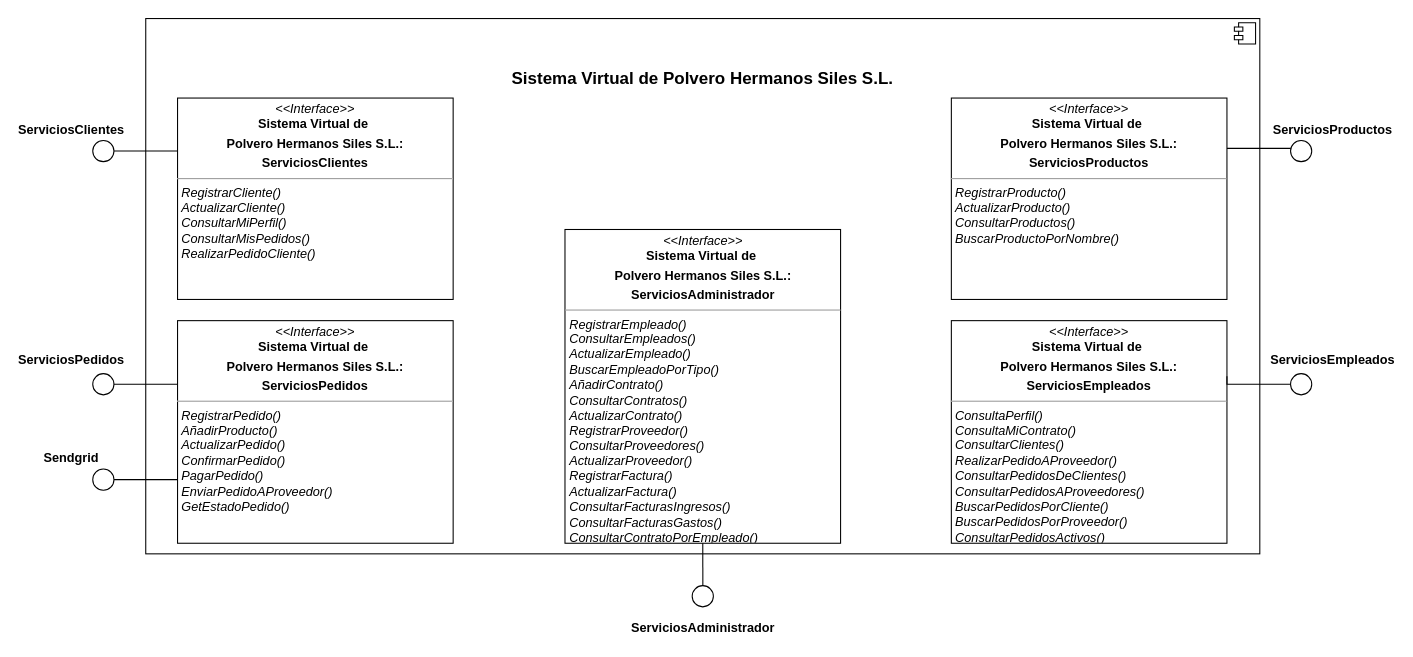
This is diagramas/diagrama de interfaz de sistema/diagramaInterfazSistema.drawio from felipescalera/Proyecto-IR, a draw.io file, before an edit. Source tidied: cells renumbered, new cells numbered last; positions are measured from the earlier drawing's top-left corner, leaving out a move shared by most shapes. Both pictures are drawn from the tidied source at 106%, with x=0, y=0 at pixel (50, 18).
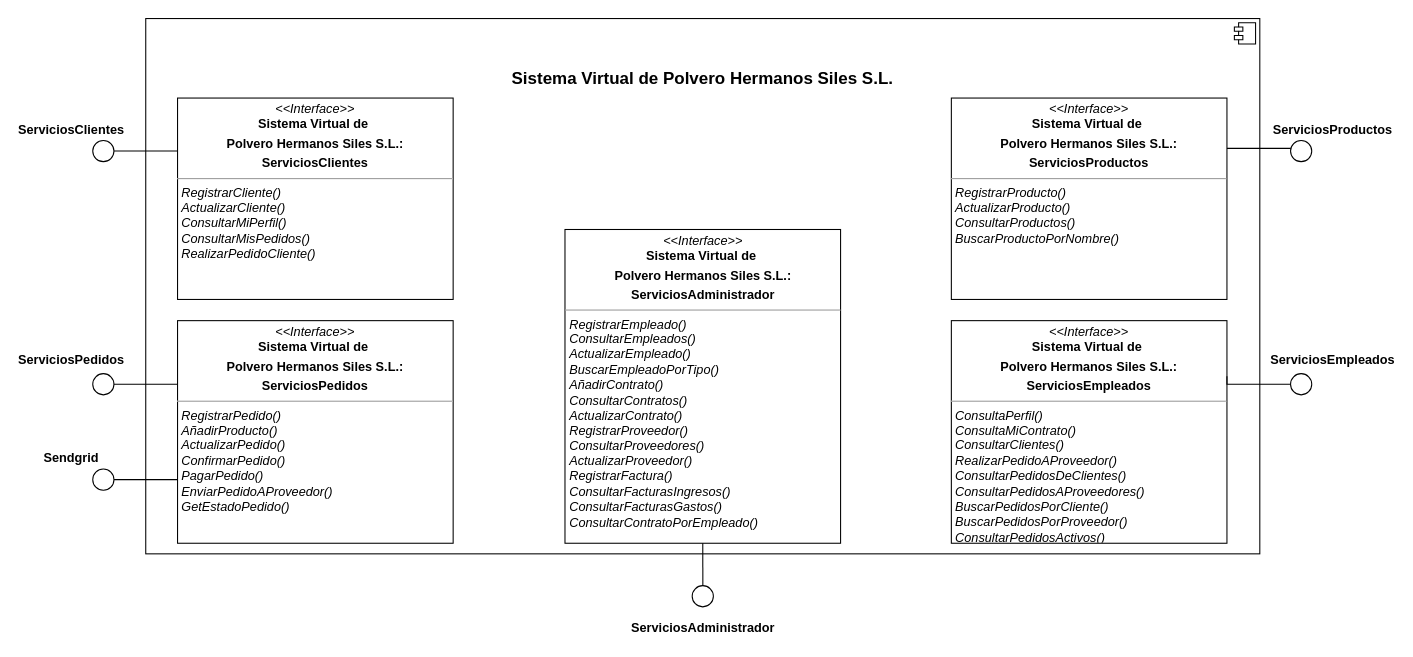
The same diagram, later.

What changed in the source:
```diff
@@
-    <mxCell id="5" value="&lt;p style=&quot;margin: 0px ; margin-top: 4px ; text-align: center&quot;&gt;&lt;i&gt;&amp;lt;&amp;lt;Interface&amp;gt;&amp;gt;&lt;/i&gt;&lt;br&gt;&lt;b&gt;Sistema Virtual de&amp;nbsp;&lt;/b&gt;&lt;br&gt;&lt;/p&gt;&lt;p style=&quot;margin: 0px ; margin-top: 4px ; text-align: center&quot;&gt;&lt;b&gt;Polvero Hermanos Siles S.L.:&lt;/b&gt;&lt;br&gt;&lt;/p&gt;&lt;p style=&quot;margin: 0px ; margin-top: 4px ; text-align: center&quot;&gt;&lt;b&gt;ServiciosAdministrador&lt;/b&gt;&lt;/p&gt;&lt;hr size=&quot;1&quot;&gt;&lt;p style=&quot;margin: 0px ; margin-left: 4px&quot;&gt;&lt;i&gt;RegistrarEmpleado()&lt;/i&gt;&lt;/p&gt;&lt;p style=&quot;margin: 0px ; margin-left: 4px&quot;&gt;&lt;i&gt;ConsultarEmpleados()&lt;/i&gt;&lt;/p&gt;&lt;p style=&quot;margin: 0px ; margin-left: 4px&quot;&gt;&lt;i&gt;ActualizarEmpleado()&lt;br&gt;&lt;/i&gt;&lt;/p&gt;&lt;p style=&quot;margin: 0px ; margin-left: 4px&quot;&gt;&lt;i&gt;BuscarEmpleadoPorTipo()&lt;/i&gt;&lt;/p&gt;&lt;p style=&quot;margin: 0px ; margin-left: 4px&quot;&gt;&lt;i&gt;AñadirContrato()&lt;/i&gt;&lt;/p&gt;&lt;p style=&quot;margin: 0px ; margin-left: 4px&quot;&gt;&lt;i&gt;ConsultarContratos()&lt;/i&gt;&lt;/p&gt;&lt;p style=&quot;margin: 0px ; margin-left: 4px&quot;&gt;&lt;i&gt;ActualizarContrato()&lt;/i&gt;&lt;/p&gt;&lt;p style=&quot;margin: 0px ; margin-left: 4px&quot;&gt;&lt;i&gt;RegistrarProveedor()&lt;/i&gt;&lt;/p&gt;&lt;p style=&quot;margin: 0px ; margin-left: 4px&quot;&gt;&lt;i&gt;ConsultarProveedores()&lt;/i&gt;&lt;/p&gt;&lt;p style=&quot;margin: 0px ; margin-left: 4px&quot;&gt;&lt;i&gt;ActualizarProveedor()&lt;/i&gt;&lt;/p&gt;&lt;p style=&quot;margin: 0px ; margin-left: 4px&quot;&gt;&lt;i&gt;RegistrarFactura()&lt;/i&gt;&lt;/p&gt;&lt;p style=&quot;margin: 0px ; margin-left: 4px&quot;&gt;&lt;i&gt;ActualizarFactura()&lt;/i&gt;&lt;/p&gt;&lt;p style=&quot;margin: 0px ; margin-left: 4px&quot;&gt;&lt;i&gt;ConsultarFacturasIngresos()&lt;/i&gt;&lt;/p&gt;&lt;p style=&quot;margin: 0px ; margin-left: 4px&quot;&gt;&lt;i&gt;ConsultarFacturasGastos()&lt;/i&gt;&lt;/p&gt;&lt;p style=&quot;margin: 0px ; margin-left: 4px&quot;&gt;&lt;i&gt;ConsultarContratoPorEmpleado()&lt;/i&gt;&lt;/p&gt;" style="verticalAlign=top;align=left;overflow=fill;fontSize=12;fontFamily=Helvetica;html=1;" parent="1" vertex="1">
+    <mxCell id="5" value="&lt;p style=&quot;margin: 0px ; margin-top: 4px ; text-align: center&quot;&gt;&lt;i&gt;&amp;lt;&amp;lt;Interface&amp;gt;&amp;gt;&lt;/i&gt;&lt;br&gt;&lt;b&gt;Sistema Virtual de&amp;nbsp;&lt;/b&gt;&lt;br&gt;&lt;/p&gt;&lt;p style=&quot;margin: 0px ; margin-top: 4px ; text-align: center&quot;&gt;&lt;b&gt;Polvero Hermanos Siles S.L.:&lt;/b&gt;&lt;br&gt;&lt;/p&gt;&lt;p style=&quot;margin: 0px ; margin-top: 4px ; text-align: center&quot;&gt;&lt;b&gt;ServiciosAdministrador&lt;/b&gt;&lt;/p&gt;&lt;hr size=&quot;1&quot;&gt;&lt;p style=&quot;margin: 0px ; margin-left: 4px&quot;&gt;&lt;i&gt;RegistrarEmpleado()&lt;/i&gt;&lt;/p&gt;&lt;p style=&quot;margin: 0px ; margin-left: 4px&quot;&gt;&lt;i&gt;ConsultarEmpleados()&lt;/i&gt;&lt;/p&gt;&lt;p style=&quot;margin: 0px ; margin-left: 4px&quot;&gt;&lt;i&gt;ActualizarEmpleado()&lt;br&gt;&lt;/i&gt;&lt;/p&gt;&lt;p style=&quot;margin: 0px ; margin-left: 4px&quot;&gt;&lt;i&gt;BuscarEmpleadoPorTipo()&lt;/i&gt;&lt;/p&gt;&lt;p style=&quot;margin: 0px ; margin-left: 4px&quot;&gt;&lt;i&gt;AñadirContrato()&lt;/i&gt;&lt;/p&gt;&lt;p style=&quot;margin: 0px ; margin-left: 4px&quot;&gt;&lt;i&gt;ConsultarContratos()&lt;/i&gt;&lt;/p&gt;&lt;p style=&quot;margin: 0px ; margin-left: 4px&quot;&gt;&lt;i&gt;ActualizarContrato()&lt;/i&gt;&lt;/p&gt;&lt;p style=&quot;margin: 0px ; margin-left: 4px&quot;&gt;&lt;i&gt;RegistrarProveedor()&lt;/i&gt;&lt;/p&gt;&lt;p style=&quot;margin: 0px ; margin-left: 4px&quot;&gt;&lt;i&gt;ConsultarProveedores()&lt;/i&gt;&lt;/p&gt;&lt;p style=&quot;margin: 0px ; margin-left: 4px&quot;&gt;&lt;i&gt;ActualizarProveedor()&lt;/i&gt;&lt;/p&gt;&lt;p style=&quot;margin: 0px ; margin-left: 4px&quot;&gt;&lt;i&gt;RegistrarFactura()&lt;/i&gt;&lt;/p&gt;&lt;p style=&quot;margin: 0px ; margin-left: 4px&quot;&gt;&lt;i&gt;ConsultarFacturasIngresos()&lt;/i&gt;&lt;/p&gt;&lt;p style=&quot;margin: 0px ; margin-left: 4px&quot;&gt;&lt;i&gt;ConsultarFacturasGastos()&lt;/i&gt;&lt;/p&gt;&lt;p style=&quot;margin: 0px ; margin-left: 4px&quot;&gt;&lt;i&gt;ConsultarContratoPorEmpleado()&lt;/i&gt;&lt;/p&gt;" style="verticalAlign=top;align=left;overflow=fill;fontSize=12;fontFamily=Helvetica;html=1;" parent="1" vertex="1">
       <mxGeometry x="485.5" y="199" width="260" height="296" as="geometry" />
     </mxCell>
```
